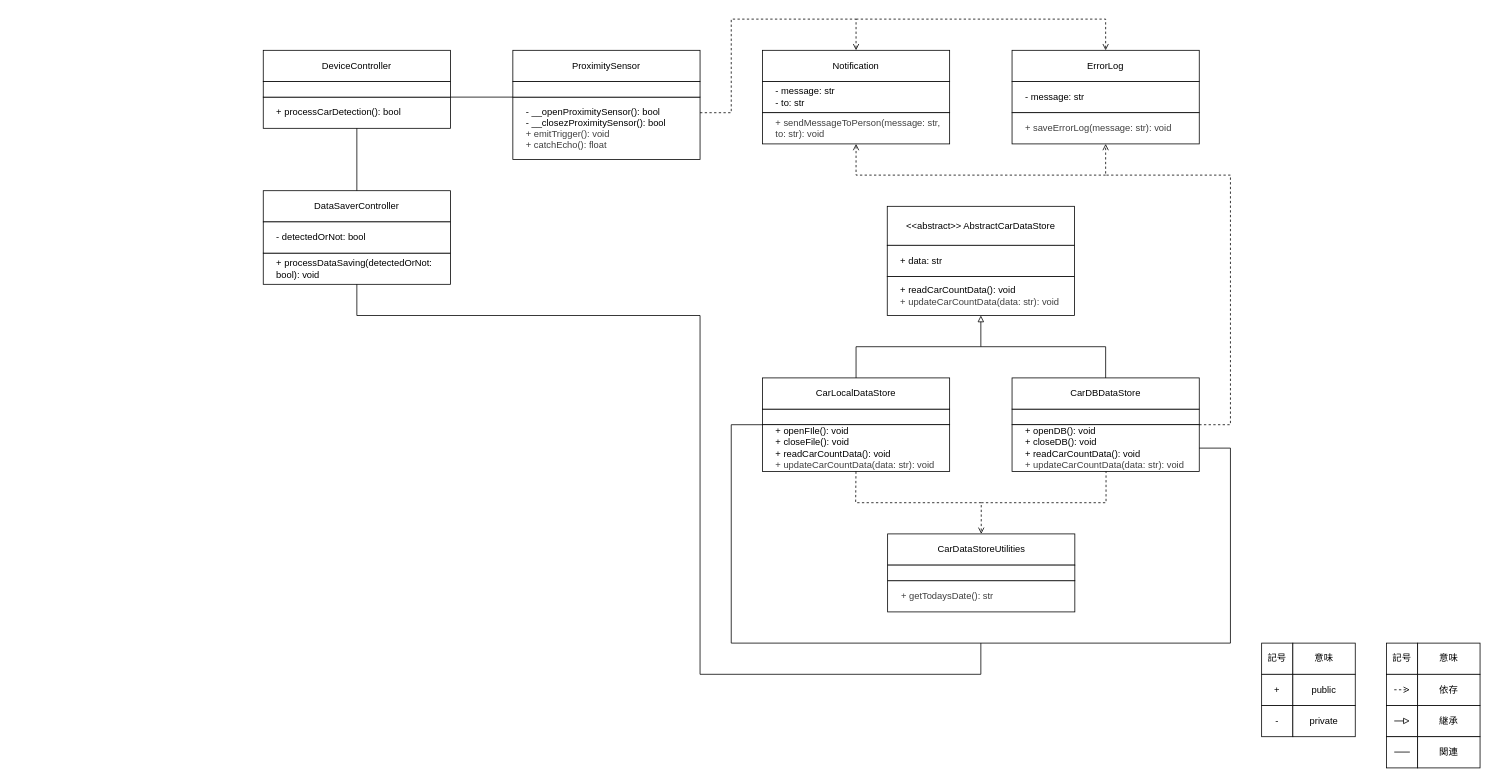
kokoa454/ANPR_JP keeps this draw.io diagram as page "出口用" (2 of 2) of uml/class_diagram.drawio. Above is the earlier version. Source tidied: cells renumbered, new cells numbered last; positions are measured from the earlier drawing's top-left corner, leaving out a move shared by most shapes. Both pictures are drawn from the tidied source at 78%, with x=0, y=0 at pixel (263, 19).
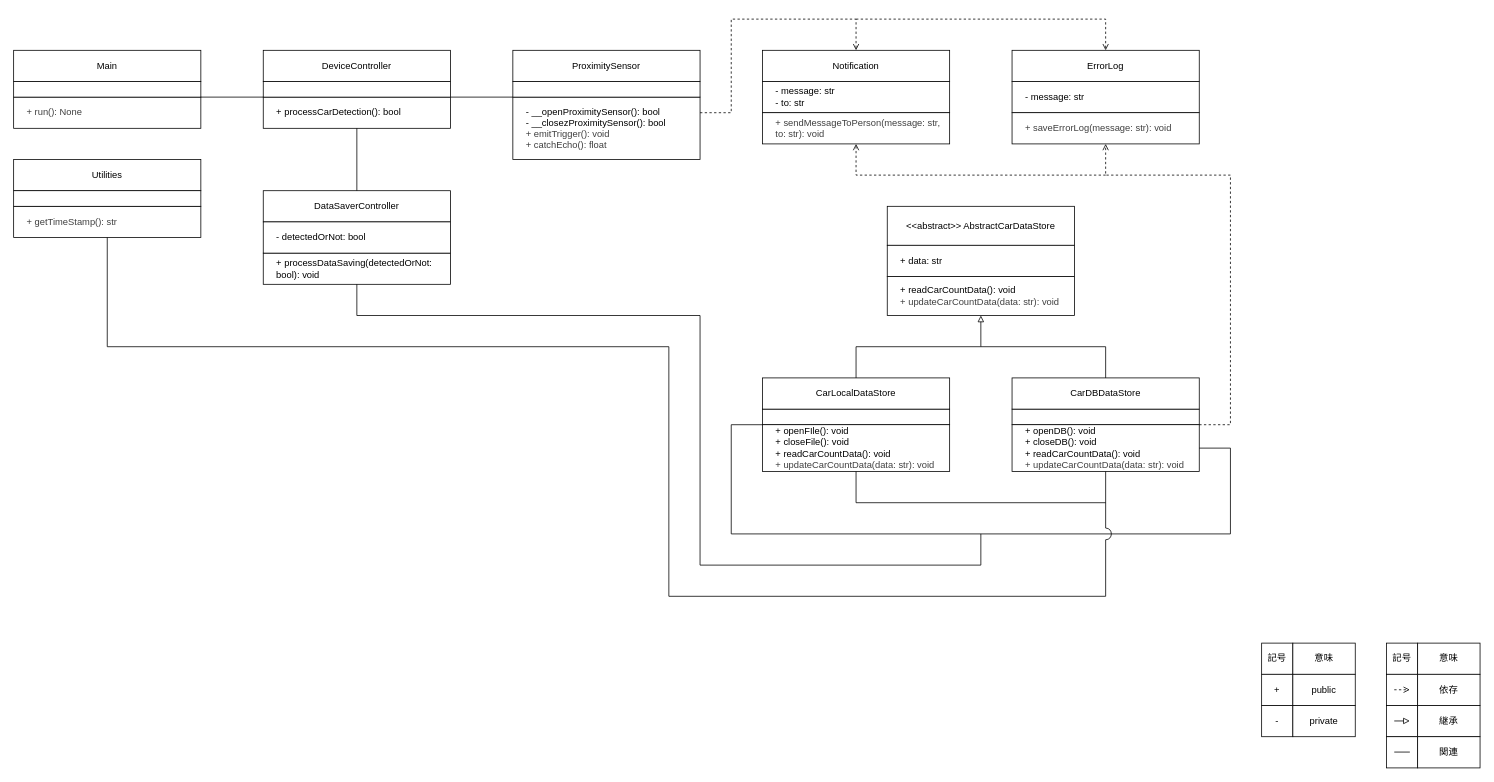
After the change.

The change refers to these unchanged cells:
```xml
<mxCell id="14" value="&lt;div&gt;&lt;span style=&quot;scrollbar-color: rgb(226, 226, 226) rgb(251, 251, 251); color: rgb(0, 0, 0);&quot;&gt;+ openFIle(): void&lt;/span&gt;&lt;/div&gt;&lt;div&gt;&lt;font color=&quot;#000000&quot;&gt;+ closeFile(): void&lt;/font&gt;&lt;/div&gt;&lt;span style=&quot;scrollbar-color: rgb(226, 226, 226) rgb(251, 251, 251); color: rgb(0, 0, 0);&quot;&gt;+ readCarCountData(): void&lt;/span&gt;&lt;div style=&quot;scrollbar-color: rgb(226, 226, 226) rgb(251, 251, 251); color: rgb(63, 63, 63);&quot;&gt;&lt;div style=&quot;scrollbar-color: rgb(226, 226, 226) rgb(251, 251, 251); color: rgb(63, 63, 63);&quot;&gt;&lt;span style=&quot;scrollbar-color: rgb(226, 226, 226) rgb(251, 251, 251); background-color: transparent; color: rgb(63, 63, 63);&quot;&gt;+ updateCarCountData(data: str): void&lt;/span&gt;&lt;/div&gt;&lt;/div&gt;" style="rounded=0;whiteSpace=wrap;html=1;align=left;spacingLeft=15;" parent="1" vertex="1">
  <mxGeometry x="640" y="520" width="240" height="60" as="geometry" />
</mxCell>
<mxCell id="17" value="+ openDB(): void&lt;div&gt;&lt;font color=&quot;#000000&quot;&gt;+ closeDB(): void&lt;br&gt;&lt;/font&gt;&lt;div&gt;&lt;span style=&quot;scrollbar-color: rgb(226, 226, 226) rgb(251, 251, 251); color: rgb(0, 0, 0);&quot;&gt;+ readCarCountData(): void&lt;/span&gt;&lt;div style=&quot;scrollbar-color: rgb(226, 226, 226) rgb(251, 251, 251); color: rgb(63, 63, 63);&quot;&gt;&lt;div style=&quot;scrollbar-color: rgb(226, 226, 226) rgb(251, 251, 251); color: rgb(63, 63, 63);&quot;&gt;&lt;span style=&quot;scrollbar-color: rgb(226, 226, 226) rgb(251, 251, 251); background-color: transparent; color: rgb(63, 63, 63);&quot;&gt;+ updateCarCountData(data: str): void&lt;/span&gt;&lt;/div&gt;&lt;/div&gt;&lt;/div&gt;&lt;/div&gt;" style="rounded=0;whiteSpace=wrap;html=1;align=left;spacingLeft=15;" parent="1" vertex="1">
  <mxGeometry x="960" y="520" width="240" height="60" as="geometry" />
</mxCell>
<mxCell id="48" value="+ processDataSaving(detectedOrNot: bool): void" style="rounded=0;whiteSpace=wrap;html=1;align=left;spacingLeft=15;" parent="1" vertex="1">
  <mxGeometry y="300" width="240" height="40" as="geometry" />
</mxCell>
```

The edit, as a diff of the source:
```diff
@@
-    <mxCell id="18" value="CarDataStoreUtilities" style="rounded=0;whiteSpace=wrap;html=1;" parent="1" vertex="1">
-      <mxGeometry x="800.5" y="660" width="240" height="40" as="geometry" />
-    </mxCell>
-    <mxCell id="19" value="&lt;span style=&quot;color: rgb(63, 63, 63);&quot;&gt;+ getTodaysDate(): str&lt;/span&gt;" style="rounded=0;whiteSpace=wrap;html=1;align=left;spacingLeft=15;" parent="1" vertex="1">
-      <mxGeometry x="800.5" y="720" width="240" height="40" as="geometry" />
-    </mxCell>
@@
-    <mxCell id="22" style="rounded=0;whiteSpace=wrap;html=1;" parent="1" vertex="1">
-      <mxGeometry x="800.5" y="700" width="240" height="20" as="geometry" />
-    </mxCell>
@@
-    <mxCell id="25" style="endArrow=open;html=1;exitX=0.5;exitY=1;exitDx=0;exitDy=0;entryX=0.5;entryY=0;entryDx=0;entryDy=0;rounded=0;curved=0;dashed=1;endFill=0;" parent="1" edge="1" target="18">
-      <mxGeometry relative="1" as="geometry">
-        <mxPoint x="759.9" y="580" as="sourcePoint" />
-        <Array as="points">
-          <mxPoint x="759.5" y="620" />
-          <mxPoint x="920.5" y="620" />
-        </Array>
-      </mxGeometry>
-    </mxCell>
-    <mxCell id="26" style="endArrow=none;html=1;rounded=0;curved=0;dashed=1;" parent="1" edge="1">
-      <mxGeometry relative="1" as="geometry">
-        <mxPoint x="920.5" y="620" as="sourcePoint" />
-        <mxPoint x="1080.5" y="580" as="targetPoint" />
-        <Array as="points">
-          <mxPoint x="1080.5" y="620" />
-        </Array>
-      </mxGeometry>
-    </mxCell>
@@
     <mxCell id="50" style="endArrow=none;html=1;rounded=0;curved=0;entryX=0.5;entryY=1;entryDx=0;entryDy=0;" parent="1" edge="1" target="48">
       <mxGeometry relative="1" as="geometry">
-        <mxPoint x="920" y="800" as="sourcePoint" />
+        <mxPoint x="920" y="660" as="sourcePoint" />
         <Array as="points">
-          <mxPoint x="920" y="840" />
-          <mxPoint x="560" y="840" />
+          <mxPoint x="920" y="700" />
+          <mxPoint x="560" y="700" />
           <mxPoint x="560" y="380" />
           <mxPoint x="120" y="380" />
         </Array>
       </mxGeometry>
     </mxCell>
     <mxCell id="51" style="endArrow=none;html=1;rounded=0;curved=0;entryX=1;entryY=0.5;entryDx=0;entryDy=0;exitX=0;exitY=0;exitDx=0;exitDy=0;" parent="1" edge="1" source="14" target="17">
       <mxGeometry relative="1" as="geometry">
         <Array as="points">
           <mxPoint x="600" y="520" />
-          <mxPoint x="600" y="800" />
-          <mxPoint x="1240" y="800" />
+          <mxPoint x="600" y="660" />
+          <mxPoint x="1240" y="660" />
           <mxPoint x="1240" y="550" />
         </Array>
       </mxGeometry>
     </mxCell>
@@
+    <mxCell id="59" value="Utilities" style="rounded=0;whiteSpace=wrap;html=1;" parent="1" vertex="1">
+      <mxGeometry x="-320" y="180" width="240" height="40" as="geometry" />
+    </mxCell>
+    <mxCell id="60" value="&lt;span style=&quot;color: rgb(63, 63, 63);&quot;&gt;+ getTimeStamp(): str&lt;/span&gt;" style="rounded=0;whiteSpace=wrap;html=1;align=left;spacingLeft=15;" parent="1" vertex="1">
+      <mxGeometry x="-320" y="240" width="240" height="40" as="geometry" />
+    </mxCell>
+    <mxCell id="61" style="rounded=0;whiteSpace=wrap;html=1;" parent="1" vertex="1">
+      <mxGeometry x="-320" y="220" width="240" height="20" as="geometry" />
+    </mxCell>
+    <mxCell id="62" value="Main" style="rounded=0;whiteSpace=wrap;html=1;" parent="1" vertex="1">
+      <mxGeometry x="-320" y="40" width="240" height="40" as="geometry" />
+    </mxCell>
+    <mxCell id="63" value="&lt;span style=&quot;color: rgb(63, 63, 63);&quot;&gt;+ run(): None&lt;/span&gt;" style="rounded=0;whiteSpace=wrap;html=1;align=left;spacingLeft=15;" parent="1" vertex="1">
+      <mxGeometry x="-320" y="100" width="240" height="40" as="geometry" />
+    </mxCell>
+    <mxCell id="64" style="rounded=0;whiteSpace=wrap;html=1;" parent="1" vertex="1">
+      <mxGeometry x="-320" y="80" width="240" height="20" as="geometry" />
+    </mxCell>
+    <mxCell id="65" style="endArrow=none;html=1;entryX=0;entryY=1;entryDx=0;entryDy=0;exitX=1;exitY=1;exitDx=0;exitDy=0;" parent="1" edge="1">
+      <mxGeometry relative="1" as="geometry">
+        <mxPoint x="-80" y="100" as="sourcePoint" />
+        <mxPoint y="100" as="targetPoint" />
+      </mxGeometry>
+    </mxCell>
+    <mxCell id="66" style="endArrow=none;html=1;rounded=0;curved=0;entryX=0.5;entryY=1;entryDx=0;entryDy=0;exitX=0.5;exitY=1;exitDx=0;exitDy=0;jumpStyle=arc;jumpSize=15;" parent="1" edge="1" source="17">
+      <mxGeometry relative="1" as="geometry">
+        <mxPoint x="-200" y="280" as="targetPoint" />
+        <Array as="points">
+          <mxPoint x="1080" y="740" />
+          <mxPoint x="520" y="740" />
+          <mxPoint x="520" y="420" />
+          <mxPoint x="120" y="420" />
+          <mxPoint x="-200" y="420" />
+          <mxPoint x="-200" y="320" />
+        </Array>
+      </mxGeometry>
+    </mxCell>
+    <mxCell id="67" style="endArrow=none;html=1;rounded=0;curved=0;exitX=0.5;exitY=1;exitDx=0;exitDy=0;" parent="1" edge="1" source="14">
+      <mxGeometry relative="1" as="geometry">
+        <mxPoint x="1080" y="620" as="targetPoint" />
+        <Array as="points">
+          <mxPoint x="760" y="620" />
+        </Array>
+      </mxGeometry>
+    </mxCell>
```
